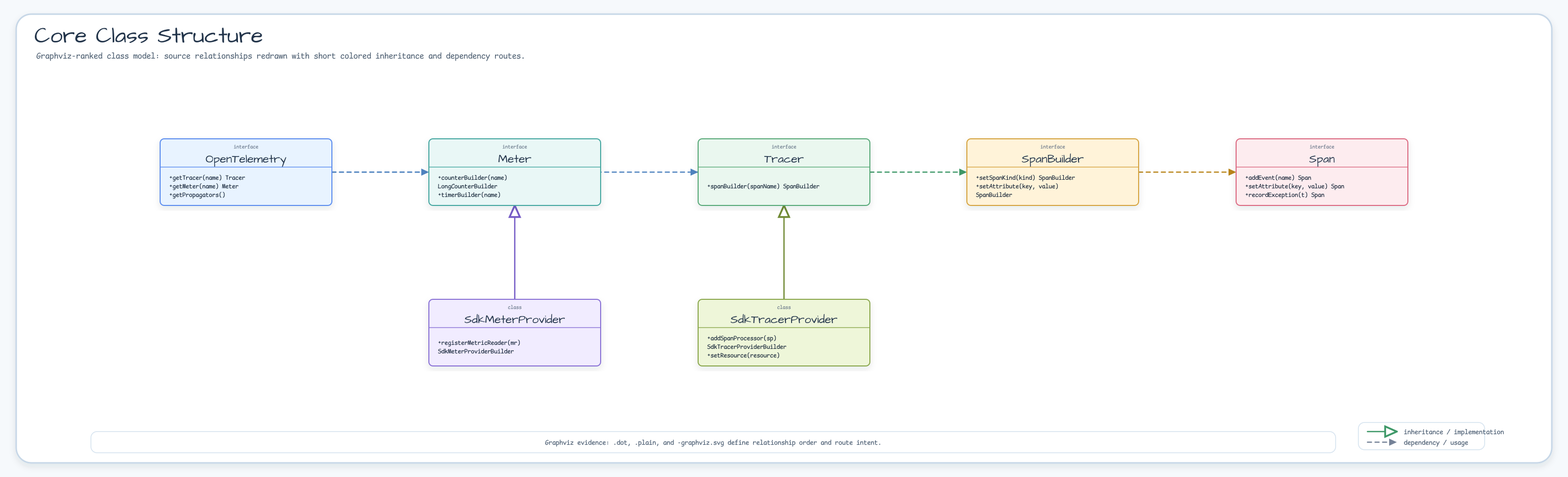
The Graphviz diagram docs/images/readme-diagrams/infra-opentelemetry-diagram-01.png in bluetape4k/bluetape4k-projects, before a commit. Its source is kept beside it as docs/images/readme-diagrams/infra-opentelemetry-diagram-01.dot.
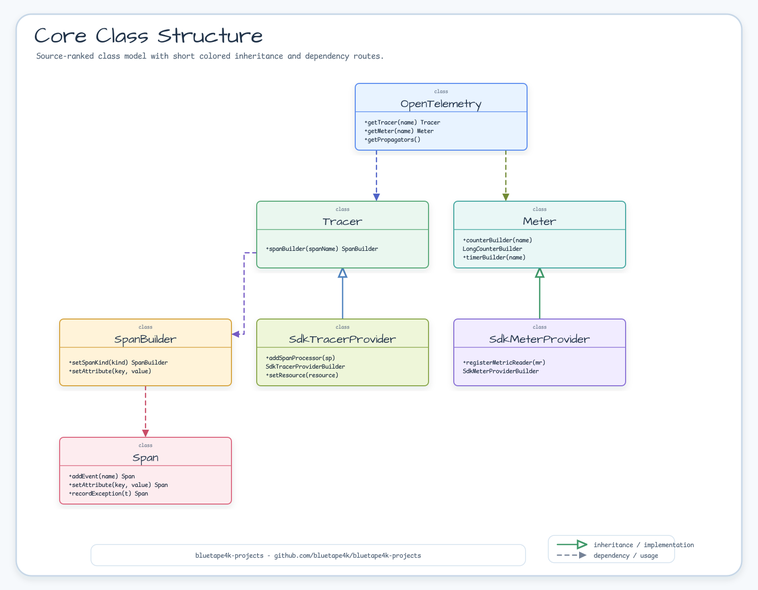
After the change.

What changed in the source:
```diff
@@ -9,11 +9,10 @@
   Span [label="Span", fillcolor="#FDECEF", color="#DC6B82"];
   SdkMeterProvider [label="SdkMeterProvider", fillcolor="#F1ECFF", color="#8A72D6"];
   SdkTracerProvider [label="SdkTracerProvider", fillcolor="#EEF6D9", color="#8BA84D"];
-  { rank=source; OpenTelemetry; Tracer; Meter; SpanBuilder; Span; }
-  Meter -> SdkMeterProvider [color="#755BC6", fontcolor="#755BC6", style="solid", arrowhead="none", weight=10];
-  Tracer -> SdkTracerProvider [color="#718A35", fontcolor="#718A35", style="solid", arrowhead="none", weight=10];
-  SpanBuilder -> Span [color="#B9851B", fontcolor="#B9851B", style="dashed", arrowhead="none", weight=2];
-  Tracer -> SpanBuilder [color="#3E9868", fontcolor="#3E9868", style="dashed", arrowhead="none", weight=2];
-  OpenTelemetry -> Meter [color="#4F83BF", fontcolor="#4F83BF", style="dashed", arrowhead="none", weight=2];
-  OpenTelemetry -> Tracer [color="#4F83BF", fontcolor="#4F83BF", style="dashed", arrowhead="none", weight=2];
+  Meter -> SdkMeterProvider [color="#3E9868", fontcolor="#3E9868", style="solid", arrowhead="none", weight=10];
+  Tracer -> SdkTracerProvider [color="#4F83BF", fontcolor="#4F83BF", style="solid", arrowhead="none", weight=10];
+  SpanBuilder -> Span [color="#C94D68", fontcolor="#C94D68", style="dashed", arrowhead="none", weight=2];
+  Tracer -> SpanBuilder [color="#755BC6", fontcolor="#755BC6", style="dashed", arrowhead="none", weight=2];
+  OpenTelemetry -> Meter [color="#718A35", fontcolor="#718A35", style="dashed", arrowhead="none", weight=2];
+  OpenTelemetry -> Tracer [color="#4F63C7", fontcolor="#4F63C7", style="dashed", arrowhead="none", weight=2];
 }
```
